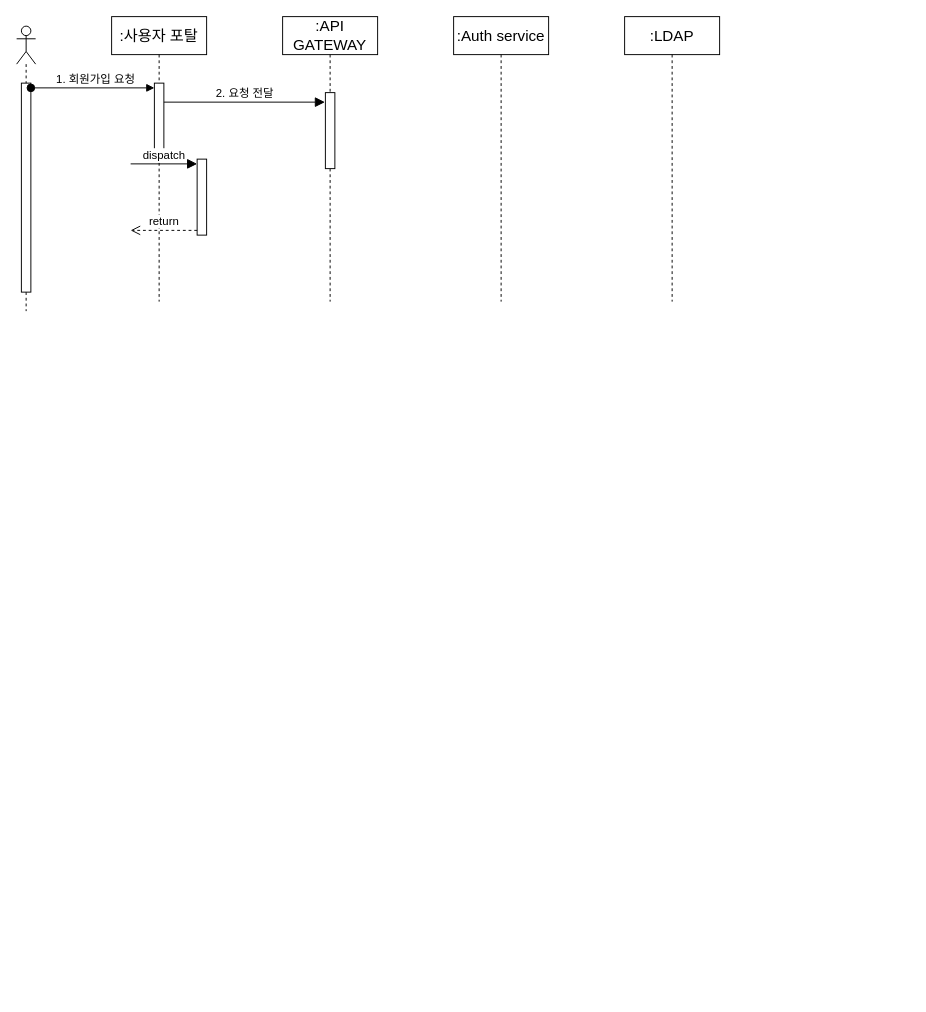
The draw.io diagram 제목 없는 다이어그램.drawio in HeyItsSPOON/Storage, before the edit. Source tidied: cells renumbered, new cells numbered last; positions are measured from the earlier drawing's top-left corner, leaving out a move shared by most shapes. Both pictures are drawn from the tidied source at 95%, with x=0, y=0 at pixel (16, 16).
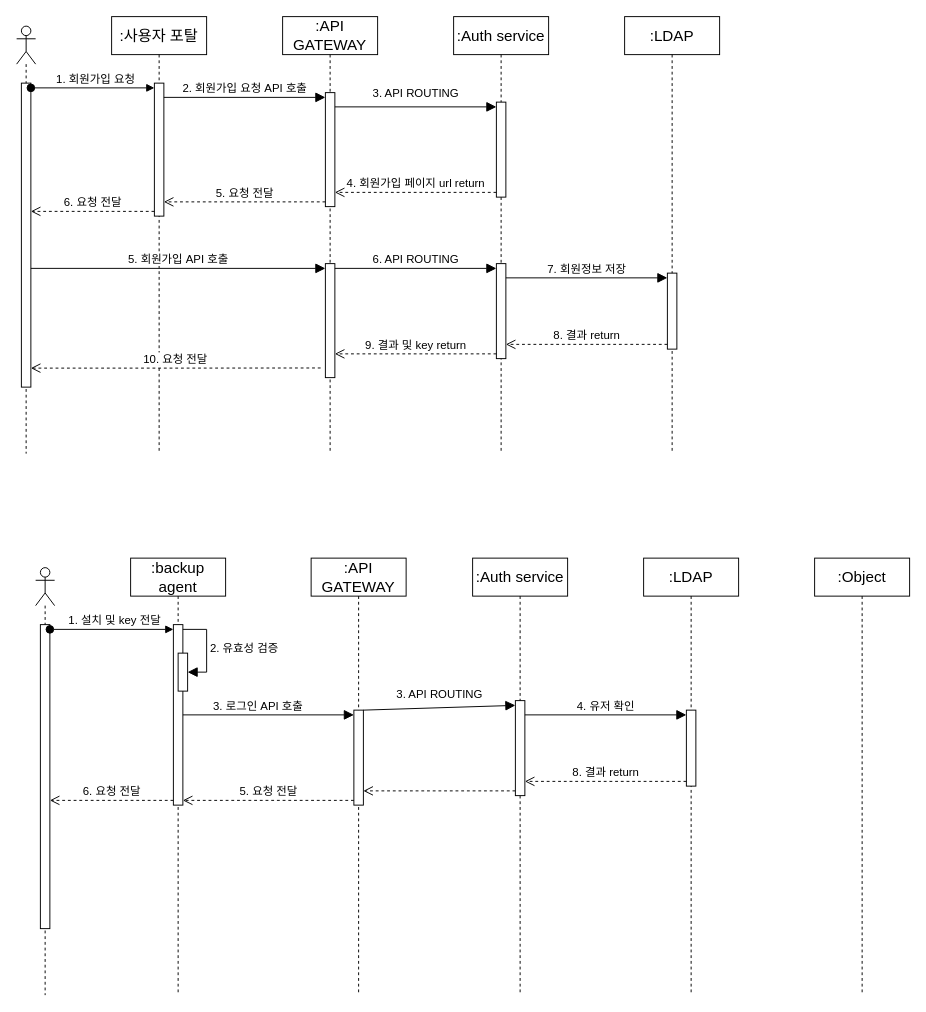
The same diagram, later.

Commit message (it also covers changes not shown here):
제목 없는 다이어그램.drawio 업데이트

The edit, as a diff of the source:
```diff
@@
     <mxCell id="2" style="shape=umlLifeline;perimeter=lifelinePerimeter;whiteSpace=wrap;html=1;newEdgeStyle={&quot;curved&quot;:0,&quot;rounded&quot;:0};participant=umlActor;fontSize=16;" parent="1" vertex="1">
-      <mxGeometry y="10" width="20" height="300" as="geometry" />
+      <mxGeometry y="10" width="20" height="450" as="geometry" />
     </mxCell>
     <mxCell id="3" style="html=1;points=[[0,0,0,0,5],[0,1,0,0,-5],[1,0,0,0,5],[1,1,0,0,-5]];perimeter=orthogonalPerimeter;outlineConnect=0;targetShapes=umlLifeline;portConstraint=eastwest;newEdgeStyle={&quot;curved&quot;:0,&quot;rounded&quot;:0};fontSize=16;" parent="2" vertex="1">
-      <mxGeometry x="5" y="60" width="10" height="220" as="geometry" />
+      <mxGeometry x="5" y="60" width="10" height="320" as="geometry" />
     </mxCell>
     <mxCell id="4" value=":사용자 포탈" style="shape=umlLifeline;perimeter=lifelinePerimeter;whiteSpace=wrap;html=1;newEdgeStyle={&quot;curved&quot;:0,&quot;rounded&quot;:0};fontSize=16;" parent="1" vertex="1">
-      <mxGeometry x="100" width="100" height="300" as="geometry" />
+      <mxGeometry x="100" width="100" height="460" as="geometry" />
     </mxCell>
     <mxCell id="5" style="html=1;points=[[0,0,0,0,5],[0,1,0,0,-5],[1,0,0,0,5],[1,1,0,0,-5]];perimeter=orthogonalPerimeter;outlineConnect=0;targetShapes=umlLifeline;portConstraint=eastwest;newEdgeStyle={&quot;curved&quot;:0,&quot;rounded&quot;:0};fontSize=16;" parent="4" vertex="1">
-      <mxGeometry x="45" y="70" width="10" height="80" as="geometry" />
+      <mxGeometry x="45" y="70" width="10" height="140" as="geometry" />
     </mxCell>
     <mxCell id="6" value=":API GATEWAY" style="shape=umlLifeline;perimeter=lifelinePerimeter;whiteSpace=wrap;html=1;outlineConnect=0;portConstraint=eastwest;newEdgeStyle={&quot;curved&quot;:0,&quot;rounded&quot;:0};fontSize=16;" parent="1" vertex="1">
-      <mxGeometry x="280" width="100" height="300" as="geometry" />
+      <mxGeometry x="280" width="100" height="460" as="geometry" />
     </mxCell>
     <mxCell id="7" style="html=1;points=[[0,0,0,0,5],[0,1,0,0,-5],[1,0,0,0,5],[1,1,0,0,-5]];perimeter=orthogonalPerimeter;outlineConnect=0;targetShapes=umlLifeline;portConstraint=eastwest;newEdgeStyle={&quot;curved&quot;:0,&quot;rounded&quot;:0};fontSize=16;" parent="6" vertex="1">
-      <mxGeometry x="45" y="80" width="10" height="80" as="geometry" />
+      <mxGeometry x="45" y="80" width="10" height="120" as="geometry" />
     </mxCell>
+    <mxCell id="15" style="html=1;points=[[0,0,0,0,5],[0,1,0,0,-5],[1,0,0,0,5],[1,1,0,0,-5]];perimeter=orthogonalPerimeter;outlineConnect=0;targetShapes=umlLifeline;portConstraint=eastwest;newEdgeStyle={&quot;curved&quot;:0,&quot;rounded&quot;:0};fontSize=16;" parent="6" vertex="1">
+      <mxGeometry x="45" y="260" width="10" height="120" as="geometry" />
+    </mxCell>
+    <mxCell id="9" value=":Auth service" style="shape=umlLifeline;perimeter=lifelinePerimeter;whiteSpace=wrap;html=1;newEdgeStyle={&quot;curved&quot;:0,&quot;rounded&quot;:0};fontSize=16;" parent="1" vertex="1">
+      <mxGeometry x="460" width="100" height="460" as="geometry" />
+    </mxCell>
+    <mxCell id="12" style="html=1;points=[[0,0,0,0,5],[0,1,0,0,-5],[1,0,0,0,5],[1,1,0,0,-5]];perimeter=orthogonalPerimeter;outlineConnect=0;targetShapes=umlLifeline;portConstraint=eastwest;newEdgeStyle={&quot;curved&quot;:0,&quot;rounded&quot;:0};fontSize=16;" parent="9" vertex="1">
+      <mxGeometry x="45" y="90" width="10" height="100" as="geometry" />
+    </mxCell>
+    <mxCell id="16" style="html=1;points=[[0,0,0,0,5],[0,1,0,0,-5],[1,0,0,0,5],[1,1,0,0,-5]];perimeter=orthogonalPerimeter;outlineConnect=0;targetShapes=umlLifeline;portConstraint=eastwest;newEdgeStyle={&quot;curved&quot;:0,&quot;rounded&quot;:0};fontSize=16;" parent="9" vertex="1">
+      <mxGeometry x="45" y="260" width="10" height="100" as="geometry" />
+    </mxCell>
+    <mxCell id="17" value="8. 결과 return" style="html=1;verticalAlign=bottom;endArrow=open;dashed=1;endSize=8;curved=0;rounded=0;exitX=0;exitY=1;exitDx=0;exitDy=-5;fontSize=12;" parent="9" edge="1" target="16">
+      <mxGeometry relative="1" as="geometry">
+        <mxPoint x="225" y="345" as="sourcePoint" />
+      </mxGeometry>
+    </mxCell>
+    <mxCell id="10" value=":LDAP" style="shape=umlLifeline;perimeter=lifelinePerimeter;whiteSpace=wrap;html=1;newEdgeStyle={&quot;curved&quot;:0,&quot;rounded&quot;:0};fontSize=16;" parent="1" vertex="1">
+      <mxGeometry x="640" width="100" height="460" as="geometry" />
+    </mxCell>
+    <mxCell id="18" style="html=1;points=[[0,0,0,0,5],[0,1,0,0,-5],[1,0,0,0,5],[1,1,0,0,-5]];perimeter=orthogonalPerimeter;outlineConnect=0;targetShapes=umlLifeline;portConstraint=eastwest;newEdgeStyle={&quot;curved&quot;:0,&quot;rounded&quot;:0};fontSize=16;" parent="10" vertex="1">
+      <mxGeometry x="45" y="270" width="10" height="80" as="geometry" />
+    </mxCell>
+    <mxCell id="11" value="1. 회원가입 요청" style="html=1;verticalAlign=bottom;startArrow=oval;endArrow=block;startSize=8;curved=0;rounded=0;fontSize=12;exitX=1;exitY=0;exitDx=0;exitDy=5;exitPerimeter=0;entryX=0;entryY=0;entryDx=0;entryDy=5;entryPerimeter=0;" parent="1" edge="1" source="3" target="5">
+      <mxGeometry x="0.04" relative="1" as="geometry" />
+    </mxCell>
-    <mxCell id="8" value="2. 요청 전달" style="html=1;verticalAlign=bottom;endArrow=block;curved=0;rounded=0;fontSize=12;startSize=8;endSize=8;" parent="6" edge="1">
-      <mxGeometry relative="1" as="geometry">
-        <mxPoint x="-125" y="90" as="sourcePoint" />
-        <mxPoint x="44.5" y="90" as="targetPoint" />
-      </mxGeometry>
+    <mxCell id="8" value="2. 회원가입 요청 API 호출" style="html=1;verticalAlign=bottom;endArrow=block;curved=0;rounded=0;fontSize=12;startSize=8;endSize=8;entryX=0;entryY=0;entryDx=0;entryDy=5;entryPerimeter=0;" parent="1" edge="1" source="5" target="7">
+      <mxGeometry relative="1" as="geometry" />
     </mxCell>
-    <mxCell id="9" value=":Auth service" style="shape=umlLifeline;perimeter=lifelinePerimeter;whiteSpace=wrap;html=1;newEdgeStyle={&quot;curved&quot;:0,&quot;rounded&quot;:0};fontSize=16;" parent="1" vertex="1">
-      <mxGeometry x="460" width="100" height="300" as="geometry" />
-    </mxCell>
-    <mxCell id="10" value=":LDAP" style="shape=umlLifeline;perimeter=lifelinePerimeter;whiteSpace=wrap;html=1;newEdgeStyle={&quot;curved&quot;:0,&quot;rounded&quot;:0};fontSize=16;" parent="1" vertex="1">
-      <mxGeometry x="640" width="100" height="300" as="geometry" />
-    </mxCell>
-    <mxCell id="11" value="1. 회원가입 요청" style="html=1;verticalAlign=bottom;startArrow=oval;endArrow=block;startSize=8;curved=0;rounded=0;fontSize=12;exitX=1;exitY=0;exitDx=0;exitDy=5;exitPerimeter=0;entryX=0;entryY=0;entryDx=0;entryDy=5;entryPerimeter=0;" parent="1" edge="1" source="3" target="5">
-      <mxGeometry x="0.04" relative="1" as="geometry" />
-    </mxCell>
-    <mxCell id="12" style="html=1;points=[[0,0,0,0,5],[0,1,0,0,-5],[1,0,0,0,5],[1,1,0,0,-5]];perimeter=orthogonalPerimeter;outlineConnect=0;targetShapes=umlLifeline;portConstraint=eastwest;newEdgeStyle={&quot;curved&quot;:0,&quot;rounded&quot;:0};fontSize=16;" parent="1" vertex="1">
-      <mxGeometry x="190" y="150" width="10" height="80" as="geometry" />
-    </mxCell>
-    <mxCell id="13" value="dispatch" style="html=1;verticalAlign=bottom;endArrow=block;curved=0;rounded=0;entryX=0;entryY=0;entryDx=0;entryDy=5;fontSize=12;startSize=8;endSize=8;" parent="1" edge="1" target="12">
-      <mxGeometry relative="1" as="geometry">
-        <mxPoint x="120" y="155" as="sourcePoint" />
-      </mxGeometry>
+    <mxCell id="13" value="3. API ROUTING" style="html=1;verticalAlign=bottom;endArrow=block;curved=0;rounded=0;entryX=0;entryY=0;entryDx=0;entryDy=5;fontSize=12;startSize=8;endSize=8;" parent="1" edge="1" source="7" target="12">
+      <mxGeometry y="5" relative="1" as="geometry" />
     </mxCell>
-    <mxCell id="14" value="return" style="html=1;verticalAlign=bottom;endArrow=open;dashed=1;endSize=8;curved=0;rounded=0;exitX=0;exitY=1;exitDx=0;exitDy=-5;fontSize=12;" parent="1" edge="1" source="12">
-      <mxGeometry relative="1" as="geometry">
-        <mxPoint x="120" y="225" as="targetPoint" />
-      </mxGeometry>
-    </mxCell>
+    <mxCell id="19" value="4. 회원가입 페이지 url return" style="html=1;verticalAlign=bottom;endArrow=open;dashed=1;endSize=8;curved=0;rounded=0;fontSize=12;exitX=0;exitY=1;exitDx=0;exitDy=-5;exitPerimeter=0;" parent="1" edge="1" source="12">
+      <mxGeometry relative="1" as="geometry">
+        <mxPoint x="335" y="185" as="targetPoint" />
+      </mxGeometry>
+    </mxCell>
+    <mxCell id="20" value="5. 회원가입 API 호출" style="html=1;verticalAlign=bottom;endArrow=block;curved=0;rounded=0;entryX=0;entryY=0;entryDx=0;entryDy=5;fontSize=12;startSize=8;endSize=8;" parent="1" edge="1" source="3" target="15">
+      <mxGeometry relative="1" as="geometry" />
+    </mxCell>
+    <mxCell id="21" value="6. API ROUTING" style="html=1;verticalAlign=bottom;endArrow=block;curved=0;rounded=0;entryX=0;entryY=0;entryDx=0;entryDy=5;fontSize=12;startSize=8;endSize=8;" parent="1" edge="1" source="15" target="16">
+      <mxGeometry relative="1" as="geometry" />
+    </mxCell>
+    <mxCell id="22" value="7. 회원정보 저장" style="html=1;verticalAlign=bottom;endArrow=block;curved=0;rounded=0;entryX=0;entryY=0;entryDx=0;entryDy=5;fontSize=12;startSize=8;endSize=8;" parent="1" edge="1" source="16" target="18">
+      <mxGeometry relative="1" as="geometry" />
+    </mxCell>
+    <mxCell id="23" value="5. 요청 전달" style="html=1;verticalAlign=bottom;endArrow=open;dashed=1;endSize=8;curved=0;rounded=0;fontSize=12;exitX=0;exitY=1;exitDx=0;exitDy=-5;exitPerimeter=0;" parent="1" edge="1" source="7" target="5">
+      <mxGeometry relative="1" as="geometry" />
+    </mxCell>
+    <mxCell id="24" value="6. 요청 전달" style="html=1;verticalAlign=bottom;endArrow=open;dashed=1;endSize=8;curved=0;rounded=0;fontSize=12;exitX=0;exitY=1;exitDx=0;exitDy=-5;exitPerimeter=0;" parent="1" edge="1" source="5" target="3">
+      <mxGeometry relative="1" as="geometry" />
+    </mxCell>
+    <mxCell id="25" value="9. 결과 및 key return" style="html=1;verticalAlign=bottom;endArrow=open;dashed=1;endSize=8;curved=0;rounded=0;fontSize=12;exitX=0;exitY=1;exitDx=0;exitDy=-5;exitPerimeter=0;" parent="1" edge="1" source="16">
+      <mxGeometry relative="1" as="geometry">
+        <mxPoint x="335" y="355" as="targetPoint" />
+      </mxGeometry>
+    </mxCell>
+    <mxCell id="26" value="10. 요청 전달" style="html=1;verticalAlign=bottom;endArrow=open;dashed=1;endSize=8;curved=0;rounded=0;fontSize=12;exitX=0.4;exitY=0.804;exitDx=0;exitDy=0;exitPerimeter=0;" parent="1" edge="1" source="6" target="3">
+      <mxGeometry relative="1" as="geometry">
+        <Array as="points">
+          <mxPoint x="160" y="370" />
+        </Array>
+      </mxGeometry>
+    </mxCell>
+    <mxCell id="27" style="shape=umlLifeline;perimeter=lifelinePerimeter;whiteSpace=wrap;html=1;newEdgeStyle={&quot;curved&quot;:0,&quot;rounded&quot;:0};participant=umlActor;fontSize=16;" parent="1" vertex="1">
+      <mxGeometry x="20" y="580" width="20" height="450" as="geometry" />
+    </mxCell>
+    <mxCell id="28" style="html=1;points=[[0,0,0,0,5],[0,1,0,0,-5],[1,0,0,0,5],[1,1,0,0,-5]];perimeter=orthogonalPerimeter;outlineConnect=0;targetShapes=umlLifeline;portConstraint=eastwest;newEdgeStyle={&quot;curved&quot;:0,&quot;rounded&quot;:0};fontSize=16;" parent="27" vertex="1">
+      <mxGeometry x="5" y="60" width="10" height="320" as="geometry" />
+    </mxCell>
+    <mxCell id="29" value=":backup agent" style="shape=umlLifeline;perimeter=lifelinePerimeter;whiteSpace=wrap;html=1;newEdgeStyle={&quot;curved&quot;:0,&quot;rounded&quot;:0};fontSize=16;" parent="1" vertex="1">
+      <mxGeometry x="120" y="570" width="100" height="460" as="geometry" />
+    </mxCell>
+    <mxCell id="30" style="html=1;points=[[0,0,0,0,5],[0,1,0,0,-5],[1,0,0,0,5],[1,1,0,0,-5]];perimeter=orthogonalPerimeter;outlineConnect=0;targetShapes=umlLifeline;portConstraint=eastwest;newEdgeStyle={&quot;curved&quot;:0,&quot;rounded&quot;:0};fontSize=16;" parent="29" vertex="1">
+      <mxGeometry x="45" y="70" width="10" height="190" as="geometry" />
+    </mxCell>
+    <mxCell id="31" style="html=1;points=[[0,0,0,0,5],[0,1,0,0,-5],[1,0,0,0,5],[1,1,0,0,-5]];perimeter=orthogonalPerimeter;outlineConnect=0;targetShapes=umlLifeline;portConstraint=eastwest;newEdgeStyle={&quot;curved&quot;:0,&quot;rounded&quot;:0};fontSize=16;" parent="29" vertex="1">
+      <mxGeometry x="50" y="100" width="10" height="40" as="geometry" />
+    </mxCell>
+    <mxCell id="32" value="2. 유효성 검증" style="html=1;align=left;spacingLeft=2;endArrow=block;rounded=0;edgeStyle=orthogonalEdgeStyle;curved=0;rounded=0;fontSize=12;startSize=8;endSize=8;exitX=1;exitY=0;exitDx=0;exitDy=5;exitPerimeter=0;" parent="29" edge="1" source="30" target="31">
+      <mxGeometry relative="1" as="geometry">
+        <Array as="points">
+          <mxPoint x="80" y="75" />
+          <mxPoint x="80" y="120" />
+        </Array>
+      </mxGeometry>
+    </mxCell>
+    <mxCell id="33" value=":API GATEWAY" style="shape=umlLifeline;perimeter=lifelinePerimeter;whiteSpace=wrap;html=1;newEdgeStyle={&quot;curved&quot;:0,&quot;rounded&quot;:0};fontSize=16;" parent="1" vertex="1">
+      <mxGeometry x="310" y="570" width="100" height="460" as="geometry" />
+    </mxCell>
+    <mxCell id="34" style="html=1;points=[[0,0,0,0,5],[0,1,0,0,-5],[1,0,0,0,5],[1,1,0,0,-5]];perimeter=orthogonalPerimeter;outlineConnect=0;targetShapes=umlLifeline;portConstraint=eastwest;newEdgeStyle={&quot;curved&quot;:0,&quot;rounded&quot;:0};fontSize=16;" parent="33" vertex="1">
+      <mxGeometry x="45" y="160" width="10" height="100" as="geometry" />
+    </mxCell>
+    <mxCell id="35" value=":Auth service" style="shape=umlLifeline;perimeter=lifelinePerimeter;whiteSpace=wrap;html=1;newEdgeStyle={&quot;curved&quot;:0,&quot;rounded&quot;:0};fontSize=16;" parent="1" vertex="1">
+      <mxGeometry x="480" y="570" width="100" height="460" as="geometry" />
+    </mxCell>
+    <mxCell id="36" style="html=1;points=[[0,0,0,0,5],[0,1,0,0,-5],[1,0,0,0,5],[1,1,0,0,-5]];perimeter=orthogonalPerimeter;outlineConnect=0;targetShapes=umlLifeline;portConstraint=eastwest;newEdgeStyle={&quot;curved&quot;:0,&quot;rounded&quot;:0};fontSize=16;" parent="35" vertex="1">
+      <mxGeometry x="45" y="150" width="10" height="100" as="geometry" />
+    </mxCell>
+    <mxCell id="37" value=":LDAP" style="shape=umlLifeline;perimeter=lifelinePerimeter;whiteSpace=wrap;html=1;newEdgeStyle={&quot;curved&quot;:0,&quot;rounded&quot;:0};fontSize=16;" parent="1" vertex="1">
+      <mxGeometry x="660" y="570" width="100" height="460" as="geometry" />
+    </mxCell>
+    <mxCell id="38" style="html=1;points=[[0,0,0,0,5],[0,1,0,0,-5],[1,0,0,0,5],[1,1,0,0,-5]];perimeter=orthogonalPerimeter;outlineConnect=0;targetShapes=umlLifeline;portConstraint=eastwest;newEdgeStyle={&quot;curved&quot;:0,&quot;rounded&quot;:0};fontSize=16;" parent="37" vertex="1">
+      <mxGeometry x="45" y="160" width="10" height="80" as="geometry" />
+    </mxCell>
+    <mxCell id="39" value="1. 설치 및 key 전달" style="html=1;verticalAlign=bottom;startArrow=oval;endArrow=block;startSize=8;curved=0;rounded=0;fontSize=12;exitX=1;exitY=0;exitDx=0;exitDy=5;exitPerimeter=0;entryX=0;entryY=0;entryDx=0;entryDy=5;entryPerimeter=0;" parent="1" edge="1" source="28" target="30">
+      <mxGeometry x="0.04" relative="1" as="geometry" />
+    </mxCell>
+    <mxCell id="40" value="3. 로그인 API 호출" style="html=1;verticalAlign=bottom;endArrow=block;curved=0;rounded=0;fontSize=12;startSize=8;endSize=8;entryX=0;entryY=0;entryDx=0;entryDy=5;entryPerimeter=0;" parent="1" edge="1" source="30" target="34">
+      <mxGeometry x="-0.12" relative="1" as="geometry" />
+    </mxCell>
+    <mxCell id="41" value="3. API ROUTING" style="html=1;verticalAlign=bottom;endArrow=block;curved=0;rounded=0;entryX=0;entryY=0;entryDx=0;entryDy=5;fontSize=12;startSize=8;endSize=8;" parent="1" edge="1" source="34" target="36">
+      <mxGeometry y="5" relative="1" as="geometry" />
+    </mxCell>
+    <mxCell id="42" value="4. 유저 확인" style="html=1;verticalAlign=bottom;endArrow=block;curved=0;rounded=0;entryX=0;entryY=0;entryDx=0;entryDy=5;fontSize=12;startSize=8;endSize=8;" parent="1" edge="1" target="38">
+      <mxGeometry relative="1" as="geometry">
+        <mxPoint x="535" y="735" as="sourcePoint" />
+      </mxGeometry>
+    </mxCell>
+    <mxCell id="43" value="5. 요청 전달" style="html=1;verticalAlign=bottom;endArrow=open;dashed=1;endSize=8;curved=0;rounded=0;fontSize=12;exitX=0;exitY=1;exitDx=0;exitDy=-5;exitPerimeter=0;" parent="1" edge="1" source="34" target="30">
+      <mxGeometry relative="1" as="geometry" />
+    </mxCell>
+    <mxCell id="44" value="6. 요청 전달" style="html=1;verticalAlign=bottom;endArrow=open;dashed=1;endSize=8;curved=0;rounded=0;fontSize=12;exitX=0;exitY=1;exitDx=0;exitDy=-5;exitPerimeter=0;" parent="1" edge="1" source="30" target="28">
+      <mxGeometry relative="1" as="geometry" />
+    </mxCell>
+    <mxCell id="45" style="html=1;verticalAlign=bottom;endArrow=open;dashed=1;endSize=8;curved=0;rounded=0;fontSize=12;exitX=0;exitY=1;exitDx=0;exitDy=-5;exitPerimeter=0;" parent="1" edge="1" source="36" target="34">
+      <mxGeometry relative="1" as="geometry" />
+    </mxCell>
+    <mxCell id="46" value="8. 결과 return" style="html=1;verticalAlign=bottom;endArrow=open;dashed=1;endSize=8;curved=0;rounded=0;fontSize=12;exitX=0;exitY=1;exitDx=0;exitDy=-5;exitPerimeter=0;" parent="1" edge="1" source="38" target="36">
+      <mxGeometry relative="1" as="geometry" />
+    </mxCell>
+    <mxCell id="47" value=":Object" style="shape=umlLifeline;perimeter=lifelinePerimeter;whiteSpace=wrap;html=1;newEdgeStyle={&quot;curved&quot;:0,&quot;rounded&quot;:0};fontSize=16;" parent="1" vertex="1">
+      <mxGeometry x="840" y="570" width="100" height="460" as="geometry" />
+    </mxCell>
```
